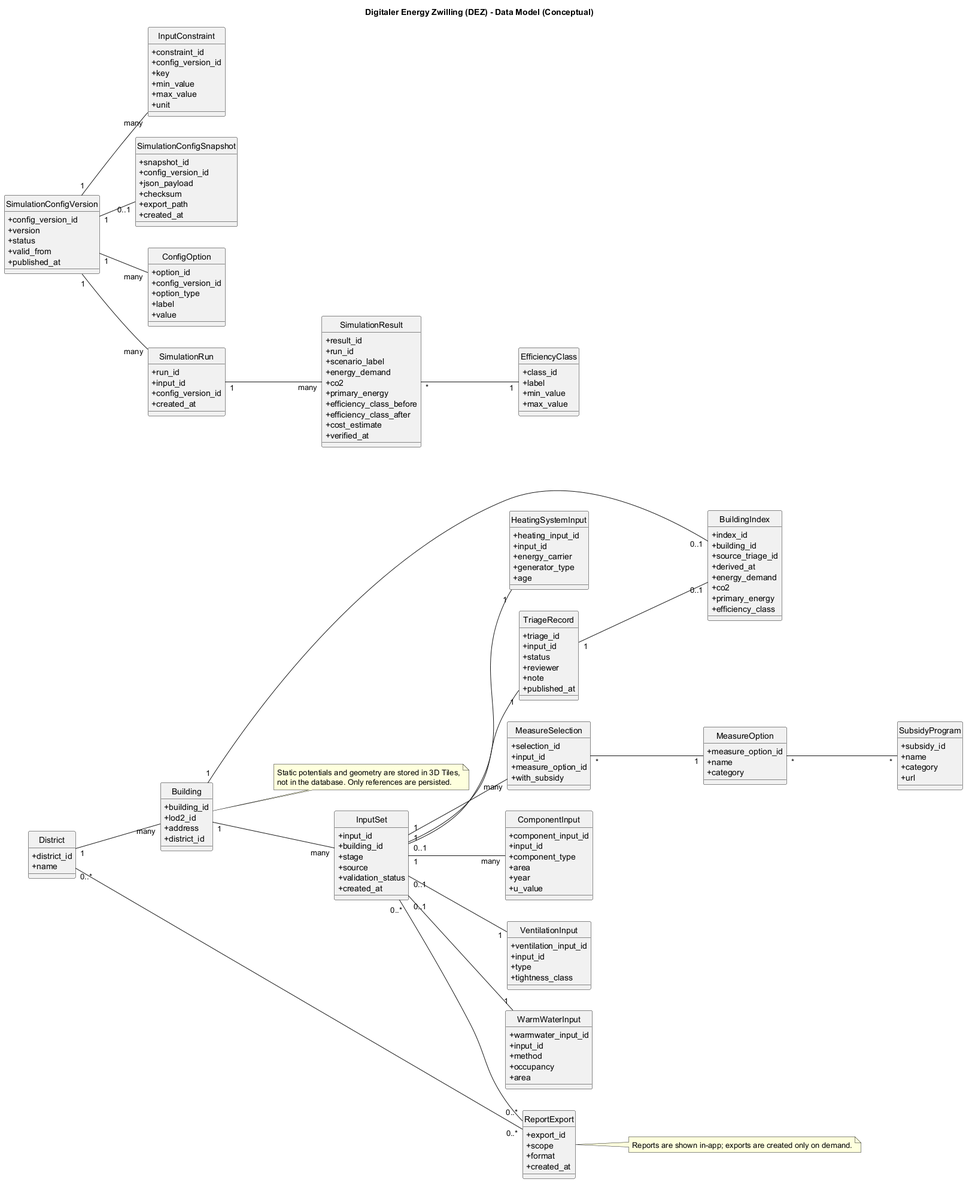
csi-FOXBYTE/Regensburg_DigitalerEnergieZwilling_Backend keeps this PlantUML diagram as docs/architecture/attachments/data-model.png. Above is the earlier version.
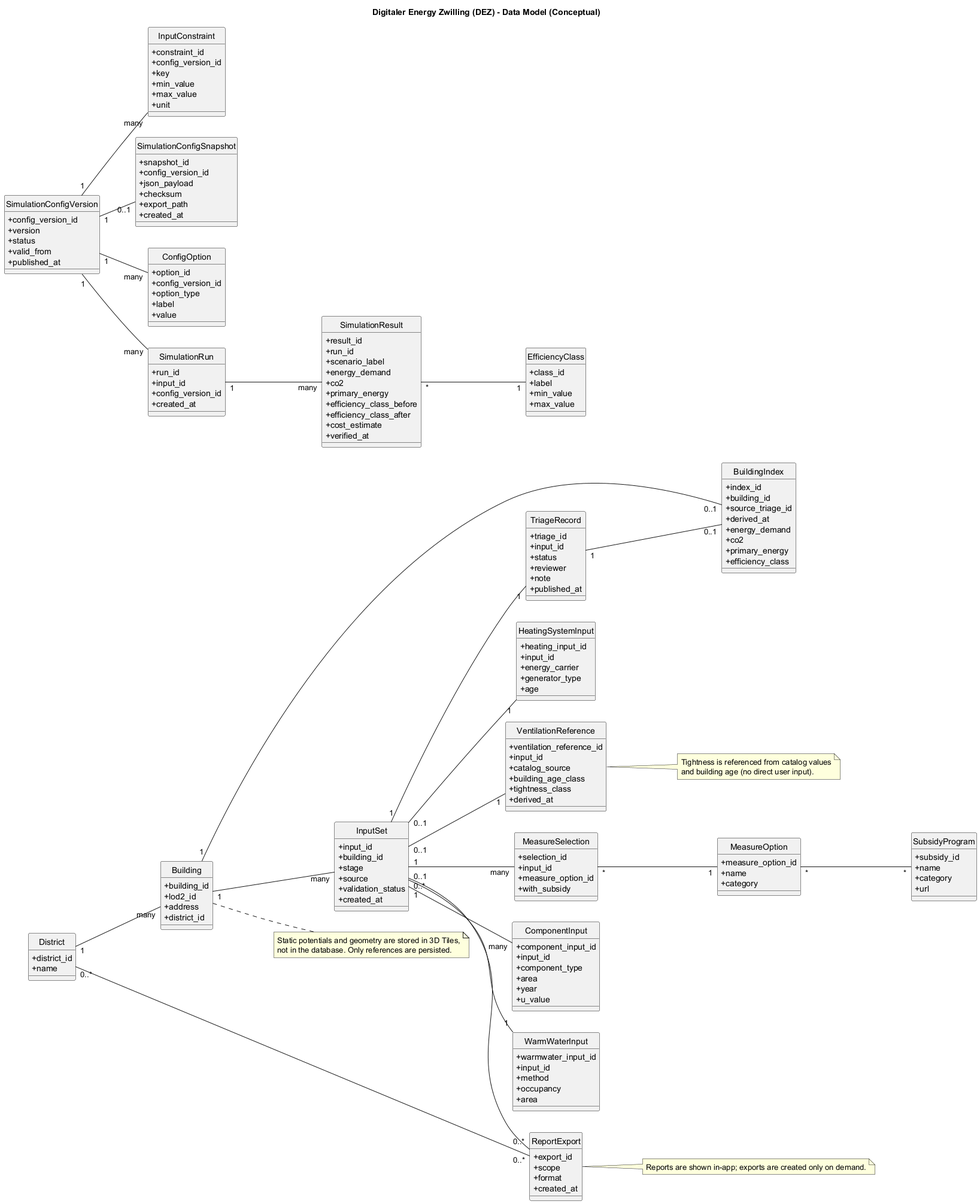
The same file after the commit.

The edit, as a diff of the source:
```diff
@@ -35,11 +35,13 @@
   +u_value
 }
 
-class VentilationInput {
-  +ventilation_input_id
+class VentilationReference {
+  +ventilation_reference_id
   +input_id
-  +type
+  +catalog_source
+  +building_age_class
   +tightness_class
+  +derived_at
 }
 
 class WarmWaterInput {
@@ -170,7 +172,7 @@
 Building "1" -- "many" InputSet
 
 InputSet "1" -- "many" ComponentInput
-InputSet "0..1" -- "1" VentilationInput
+InputSet "0..1" -- "1" VentilationReference
 InputSet "0..1" -- "1" WarmWaterInput
 InputSet "0..1" -- "1" HeatingSystemInput
 
@@ -200,4 +202,9 @@
 Reports are shown in-app; exports are created only on demand.
 end note
 
+note right of VentilationReference
+Tightness is referenced from catalog values
+and building age (no direct user input).
+end note
+
 @enduml
```
